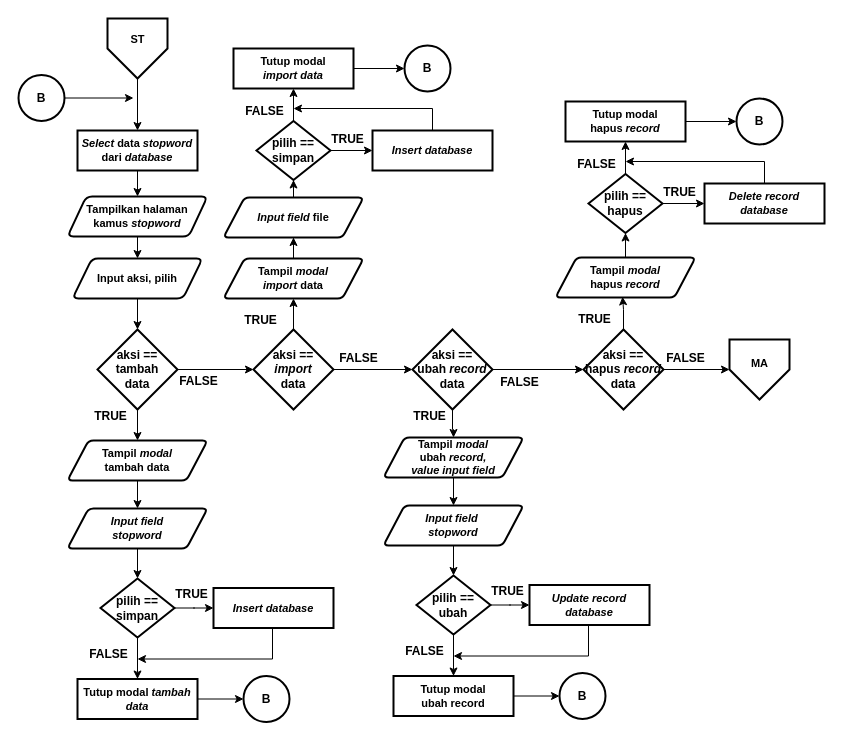
muspriandi/TextMining-SentimentAnalysis keeps this draw.io diagram as Dokumen TA/Paper/Flowchart/Flowchart menu stopword.drawio. Above is the earlier version. Source tidied: cells renumbered, new cells numbered last; positions are measured from the earlier drawing's top-left corner, leaving out a move shared by most shapes. Both pictures are drawn from the tidied source at 100%, with x=0, y=0 at pixel (18, 18).
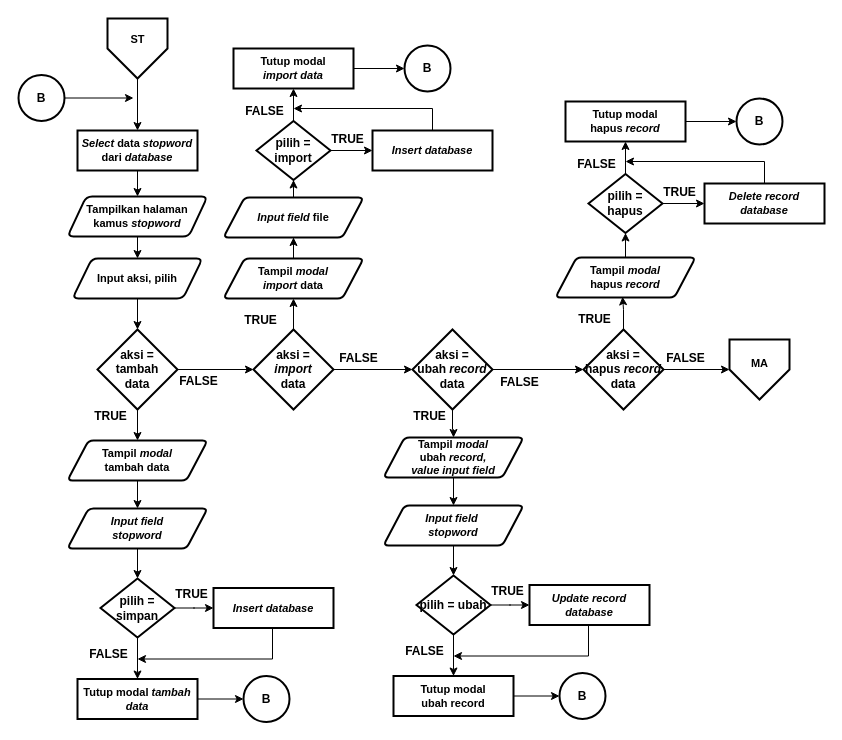
Above is the later version.

What changed in the source:
```diff
@@
-    <mxCell id="17" value="&lt;b&gt;&lt;font style=&quot;font-size: 12px&quot;&gt;aksi == tambah&lt;br&gt;data&lt;/font&gt;&lt;/b&gt;" style="rhombus;whiteSpace=wrap;html=1;strokeWidth=2;" parent="1" vertex="1">
+    <mxCell id="17" value="&lt;b&gt;&lt;font style=&quot;font-size: 12px&quot;&gt;aksi = tambah&lt;br&gt;data&lt;/font&gt;&lt;/b&gt;" style="rhombus;whiteSpace=wrap;html=1;strokeWidth=2;" parent="1" vertex="1">
       <mxGeometry x="79" y="311" width="80" height="80" as="geometry" />
     </mxCell>
@@
-    <mxCell id="20" value="&lt;b&gt;&lt;font style=&quot;font-size: 12px&quot;&gt;aksi == &lt;i&gt;import&lt;/i&gt;&lt;br&gt;data&lt;br&gt;&lt;/font&gt;&lt;/b&gt;" style="rhombus;whiteSpace=wrap;html=1;strokeWidth=2;" parent="1" vertex="1">
+    <mxCell id="20" value="&lt;b&gt;&lt;font style=&quot;font-size: 12px&quot;&gt;aksi = &lt;br&gt;&lt;i&gt;import&lt;/i&gt;&lt;br&gt;data&lt;br&gt;&lt;/font&gt;&lt;/b&gt;" style="rhombus;whiteSpace=wrap;html=1;strokeWidth=2;" parent="1" vertex="1">
       <mxGeometry x="235" y="311" width="80" height="80" as="geometry" />
     </mxCell>
@@
-    <mxCell id="23" value="&lt;b&gt;&lt;font style=&quot;font-size: 12px&quot;&gt;aksi == &lt;br&gt;ubah &lt;i&gt;record&lt;/i&gt;&lt;br&gt;data&lt;br&gt;&lt;/font&gt;&lt;/b&gt;" style="rhombus;whiteSpace=wrap;html=1;strokeWidth=2;" parent="1" vertex="1">
+    <mxCell id="23" value="&lt;b&gt;&lt;font style=&quot;font-size: 12px&quot;&gt;aksi =&lt;br&gt;ubah &lt;i&gt;record&lt;/i&gt;&lt;br&gt;data&lt;br&gt;&lt;/font&gt;&lt;/b&gt;" style="rhombus;whiteSpace=wrap;html=1;strokeWidth=2;" parent="1" vertex="1">
       <mxGeometry x="394" y="311" width="80" height="80" as="geometry" />
     </mxCell>
@@
-    <mxCell id="26" value="&lt;b&gt;&lt;font style=&quot;font-size: 12px&quot;&gt;aksi == &lt;br&gt;hapus &lt;i&gt;record&lt;/i&gt;&lt;br&gt;data&lt;br&gt;&lt;/font&gt;&lt;/b&gt;" style="rhombus;whiteSpace=wrap;html=1;strokeWidth=2;" parent="1" vertex="1">
+    <mxCell id="26" value="&lt;b&gt;&lt;font style=&quot;font-size: 12px&quot;&gt;aksi =&lt;br&gt;hapus &lt;i&gt;record&lt;/i&gt;&lt;br&gt;data&lt;br&gt;&lt;/font&gt;&lt;/b&gt;" style="rhombus;whiteSpace=wrap;html=1;strokeWidth=2;" parent="1" vertex="1">
       <mxGeometry x="565" y="311" width="80" height="80" as="geometry" />
     </mxCell>
@@
-    <mxCell id="33" value="&lt;b&gt;&lt;font style=&quot;font-size: 12px&quot;&gt;pilih == simpan&lt;/font&gt;&lt;/b&gt;" style="rhombus;whiteSpace=wrap;html=1;strokeWidth=2;" parent="1" vertex="1">
+    <mxCell id="33" value="&lt;b&gt;&lt;font style=&quot;font-size: 12px&quot;&gt;pilih = simpan&lt;/font&gt;&lt;/b&gt;" style="rhombus;whiteSpace=wrap;html=1;strokeWidth=2;" parent="1" vertex="1">
       <mxGeometry x="82" y="560" width="74" height="59" as="geometry" />
     </mxCell>
@@
-    <mxCell id="51" value="&lt;b&gt;&lt;font style=&quot;font-size: 12px&quot;&gt;pilih == simpan&lt;/font&gt;&lt;/b&gt;" style="rhombus;whiteSpace=wrap;html=1;strokeWidth=2;" parent="1" vertex="1">
+    <mxCell id="51" value="&lt;b&gt;&lt;font style=&quot;font-size: 12px&quot;&gt;pilih = import&lt;/font&gt;&lt;/b&gt;" style="rhombus;whiteSpace=wrap;html=1;strokeWidth=2;" parent="1" vertex="1">
       <mxGeometry x="238" y="102.5" width="74" height="59" as="geometry" />
     </mxCell>
@@
-    <mxCell id="67" value="&lt;b&gt;&lt;font style=&quot;font-size: 12px&quot;&gt;pilih == ubah&lt;/font&gt;&lt;/b&gt;" style="rhombus;whiteSpace=wrap;html=1;strokeWidth=2;" parent="1" vertex="1">
+    <mxCell id="67" value="&lt;b&gt;&lt;font style=&quot;font-size: 12px&quot;&gt;pilih = ubah&lt;/font&gt;&lt;/b&gt;" style="rhombus;whiteSpace=wrap;html=1;strokeWidth=2;" parent="1" vertex="1">
       <mxGeometry x="398" y="557" width="74" height="59" as="geometry" />
     </mxCell>
@@
-    <mxCell id="81" value="&lt;b&gt;&lt;font style=&quot;font-size: 12px&quot;&gt;pilih == hapus&lt;/font&gt;&lt;/b&gt;" style="rhombus;whiteSpace=wrap;html=1;strokeWidth=2;" parent="1" vertex="1">
+    <mxCell id="81" value="&lt;b&gt;&lt;font style=&quot;font-size: 12px&quot;&gt;pilih = hapus&lt;/font&gt;&lt;/b&gt;" style="rhombus;whiteSpace=wrap;html=1;strokeWidth=2;" parent="1" vertex="1">
       <mxGeometry x="570" y="155.5" width="74" height="59" as="geometry" />
     </mxCell>
```
